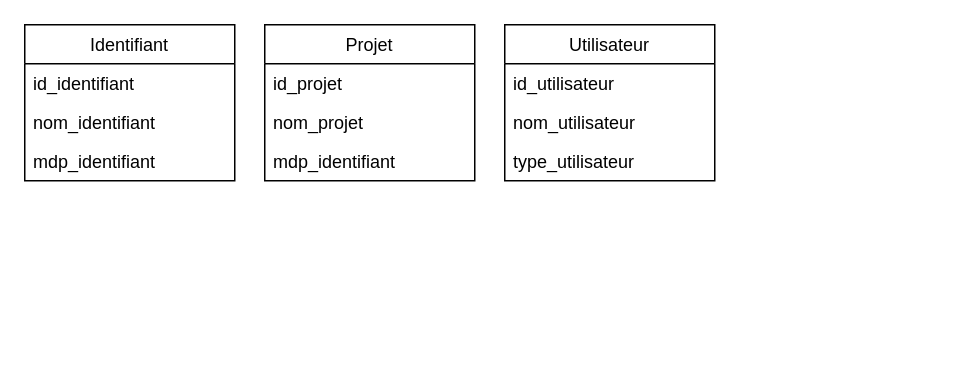
Above: Analyse/MDD.drawio in Owe1n/LogMe (draw.io), before the change. Source tidied: cells renumbered, new cells numbered last; positions are measured from the earlier drawing's top-left corner, leaving out a move shared by most shapes. Both pictures are drawn from the tidied source at 150%, with x=0, y=0 at pixel (24, 24).
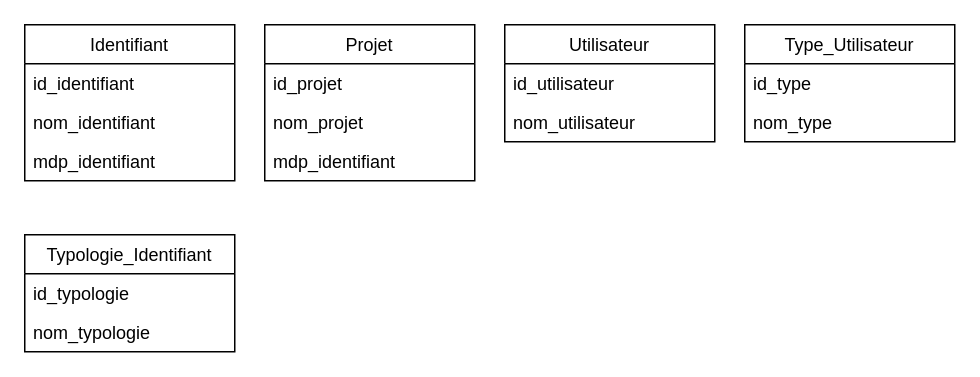
After the change.

The edit, as a diff of the source:
```diff
@@
 <mxGraphModel>
   <root>
     <mxCell id="0" />
     <mxCell id="1" parent="0" />
     <mxCell id="2" value="Identifiant" style="swimlane;fontStyle=0;horizontal=1;startSize=26;" parent="1" vertex="1">
       <mxGeometry width="140" height="104" as="geometry" />
     </mxCell>
     <mxCell id="3" value="id_identifiant&#10;" style="text;strokeColor=none;fillColor=none;align=left;verticalAlign=top;spacingLeft=4;spacingRight=4;overflow=hidden;" parent="2" vertex="1">
       <mxGeometry y="26" width="140" height="26" as="geometry" />
     </mxCell>
     <mxCell id="4" value="nom_identifiant" style="text;strokeColor=none;fillColor=none;align=left;verticalAlign=top;spacingLeft=4;spacingRight=4;overflow=hidden;" parent="2" vertex="1">
       <mxGeometry y="52" width="140" height="26" as="geometry" />
     </mxCell>
     <mxCell id="5" value="mdp_identifiant" style="text;strokeColor=none;fillColor=none;align=left;verticalAlign=top;spacingLeft=4;spacingRight=4;overflow=hidden;" parent="2" vertex="1">
       <mxGeometry y="78" width="140" height="26" as="geometry" />
     </mxCell>
     <mxCell id="6" value="Projet" style="swimlane;fontStyle=0;horizontal=1;startSize=26;" parent="1" vertex="1">
       <mxGeometry x="160" width="140" height="104" as="geometry" />
     </mxCell>
     <mxCell id="7" value="id_projet&#10;" style="text;strokeColor=none;fillColor=none;align=left;verticalAlign=top;spacingLeft=4;spacingRight=4;overflow=hidden;" parent="6" vertex="1">
       <mxGeometry y="26" width="140" height="26" as="geometry" />
     </mxCell>
     <mxCell id="8" value="nom_projet" style="text;strokeColor=none;fillColor=none;align=left;verticalAlign=top;spacingLeft=4;spacingRight=4;overflow=hidden;" parent="6" vertex="1">
       <mxGeometry y="52" width="140" height="26" as="geometry" />
     </mxCell>
     <mxCell id="9" value="mdp_identifiant" style="text;strokeColor=none;fillColor=none;align=left;verticalAlign=top;spacingLeft=4;spacingRight=4;overflow=hidden;" parent="6" vertex="1">
       <mxGeometry y="78" width="140" height="26" as="geometry" />
     </mxCell>
     <mxCell id="10" value="Utilisateur" style="swimlane;fontStyle=0;horizontal=1;startSize=26;" parent="1" vertex="1">
-      <mxGeometry x="320" width="140" height="104" as="geometry" />
+      <mxGeometry x="320" width="140" height="78" as="geometry" />
     </mxCell>
     <mxCell id="11" value="id_utilisateur   &#10;" style="text;strokeColor=none;fillColor=none;align=left;verticalAlign=top;spacingLeft=4;spacingRight=4;overflow=hidden;" parent="10" vertex="1">
       <mxGeometry y="26" width="140" height="26" as="geometry" />
     </mxCell>
     <mxCell id="12" value="nom_utilisateur" style="text;strokeColor=none;fillColor=none;align=left;verticalAlign=top;spacingLeft=4;spacingRight=4;overflow=hidden;" parent="10" vertex="1">
       <mxGeometry y="52" width="140" height="26" as="geometry" />
     </mxCell>
-    <mxCell id="13" value="type_utilisateur" style="text;strokeColor=none;fillColor=none;align=left;verticalAlign=top;spacingLeft=4;spacingRight=4;overflow=hidden;" parent="10" vertex="1">
-      <mxGeometry y="78" width="140" height="26" as="geometry" />
-    </mxCell>
+    <mxCell id="14" value="Type_Utilisateur" style="swimlane;fontStyle=0;horizontal=1;startSize=26;" parent="1" vertex="1">
+      <mxGeometry x="480" width="140" height="78" as="geometry" />
+    </mxCell>
+    <mxCell id="15" value="id_type   &#10;" style="text;strokeColor=none;fillColor=none;align=left;verticalAlign=top;spacingLeft=4;spacingRight=4;overflow=hidden;" parent="14" vertex="1">
+      <mxGeometry y="26" width="140" height="26" as="geometry" />
+    </mxCell>
+    <mxCell id="16" value="nom_type" style="text;strokeColor=none;fillColor=none;align=left;verticalAlign=top;spacingLeft=4;spacingRight=4;overflow=hidden;" parent="14" vertex="1">
+      <mxGeometry y="52" width="140" height="26" as="geometry" />
+    </mxCell>
+    <mxCell id="17" value="Typologie_Identifiant" style="swimlane;fontStyle=0;horizontal=1;startSize=26;" parent="1" vertex="1">
+      <mxGeometry y="140" width="140" height="78" as="geometry" />
+    </mxCell>
+    <mxCell id="18" value="id_typologie   &#10;" style="text;strokeColor=none;fillColor=none;align=left;verticalAlign=top;spacingLeft=4;spacingRight=4;overflow=hidden;" parent="17" vertex="1">
+      <mxGeometry y="26" width="140" height="26" as="geometry" />
+    </mxCell>
+    <mxCell id="19" value="nom_typologie" style="text;strokeColor=none;fillColor=none;align=left;verticalAlign=top;spacingLeft=4;spacingRight=4;overflow=hidden;" parent="17" vertex="1">
+      <mxGeometry y="52" width="140" height="26" as="geometry" />
+    </mxCell>
   </root>
 </mxGraphModel>
```
